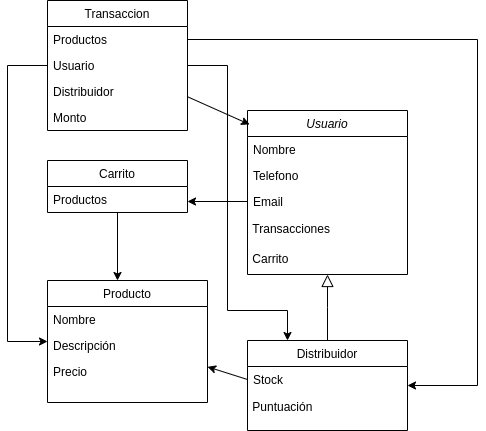
Above: Images/ModeloInicial.png in magaliboulanger/Barcelo-Boulanger-D (draw.io), before the change. Source tidied: cells renumbered, new cells last; positions are measured from the earlier drawing's top-left corner, leaving out a move shared by most shapes.
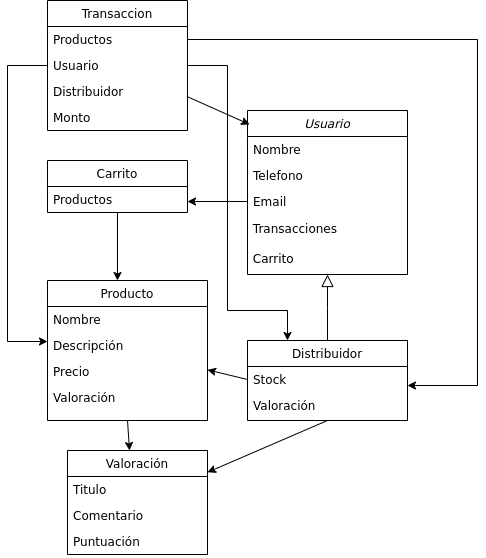
The same diagram one commit later.

Change to the diagram source:
```diff
@@ -20,20 +20,26 @@
     <mxCell id="7" value="&amp;nbsp;Carrito" style="text;html=1;strokeColor=none;fillColor=none;align=left;verticalAlign=middle;whiteSpace=wrap;rounded=0;" parent="2" vertex="1">
       <mxGeometry y="134" width="160" height="30" as="geometry" />
     </mxCell>
+    <mxCell id="30" style="rounded=0;jettySize=auto;html=1;exitX=0.5;exitY=1;exitDx=0;exitDy=0;" parent="1" edge="1" source="8" target="34">
+      <mxGeometry relative="1" as="geometry" />
+    </mxCell>
     <mxCell id="8" value="Distribuidor" style="swimlane;fontStyle=0;align=center;verticalAlign=top;horizontal=1;startSize=26;rounded=0;shadow=0;strokeWidth=1;" parent="1" vertex="1">
-      <mxGeometry x="240" y="340" width="160" height="90" as="geometry" />
+      <mxGeometry x="240" y="340" width="160" height="80" as="geometry" />
     </mxCell>
     <mxCell id="9" value="Stock" style="text;align=left;verticalAlign=top;spacingLeft=4;spacingRight=4;overflow=hidden;points=[[0,0.5],[1,0.5]];portConstraint=eastwest;rounded=0;shadow=0;html=0;" parent="8" vertex="1">
       <mxGeometry y="26" width="160" height="26" as="geometry" />
     </mxCell>
-    <mxCell id="10" value="&amp;nbsp;Puntuación" style="text;html=1;strokeColor=none;fillColor=none;align=left;verticalAlign=middle;whiteSpace=wrap;rounded=0;" parent="8" vertex="1">
-      <mxGeometry y="52" width="160" height="30" as="geometry" />
-    </mxCell>
+    <mxCell id="31" value="Valoración" style="text;strokeColor=none;fillColor=none;align=left;verticalAlign=top;spacingLeft=4;spacingRight=4;overflow=hidden;" parent="8" vertex="1">
+      <mxGeometry y="52" width="160" height="26" as="geometry" />
+    </mxCell>
     <mxCell id="11" style="endArrow=block;endSize=10;endFill=0;shadow=0;strokeWidth=1;rounded=0;edgeStyle=elbowEdgeStyle;elbow=vertical;" parent="1" edge="1" source="8" target="2">
       <mxGeometry relative="1" as="geometry" />
     </mxCell>
+    <mxCell id="32" style="rounded=0;jettySize=auto;html=1;exitX=0.5;exitY=1;exitDx=0;exitDy=0;entryX=0.443;entryY=0;entryDx=0;entryDy=0;entryPerimeter=0;" parent="1" edge="1" source="12" target="34">
+      <mxGeometry relative="1" as="geometry" />
+    </mxCell>
     <mxCell id="12" value="Producto" style="swimlane;fontStyle=0;align=center;verticalAlign=top;horizontal=1;startSize=26;rounded=0;shadow=0;strokeWidth=1;" parent="1" vertex="1">
-      <mxGeometry x="40" y="280" width="160" height="122" as="geometry" />
+      <mxGeometry x="40" y="280" width="160" height="140" as="geometry" />
     </mxCell>
     <mxCell id="13" value="Nombre" style="text;align=left;verticalAlign=top;spacingLeft=4;spacingRight=4;overflow=hidden;" parent="12" vertex="1">
       <mxGeometry y="26" width="160" height="26" as="geometry" />
@@ -44,6 +50,9 @@
     <mxCell id="15" value="Precio" style="text;align=left;verticalAlign=top;spacingLeft=4;spacingRight=4;overflow=hidden;" parent="12" vertex="1">
       <mxGeometry y="78" width="160" height="26" as="geometry" />
     </mxCell>
+    <mxCell id="33" value="Valoración" style="text;strokeColor=none;fillColor=none;align=left;verticalAlign=top;spacingLeft=4;spacingRight=4;overflow=hidden;" parent="12" vertex="1">
+      <mxGeometry y="104" width="160" height="26" as="geometry" />
+    </mxCell>
     <mxCell id="16" style="edgeStyle=none;rounded=0;jettySize=auto;html=1;entryX=0.013;entryY=0.085;entryDx=0;entryDy=0;entryPerimeter=0;" parent="1" edge="1" source="19" target="2">
       <mxGeometry relative="1" as="geometry" />
     </mxCell>
@@ -106,5 +115,17 @@
     <mxCell id="29" style="edgeStyle=none;rounded=0;jettySize=auto;html=1;exitX=0;exitY=0.5;exitDx=0;exitDy=0;" parent="1" edge="1" source="9" target="12">
       <mxGeometry relative="1" as="geometry" />
     </mxCell>
+    <mxCell id="34" value="Valoración" style="swimlane;fontStyle=0;horizontal=1;startSize=26;fillColor=none;" parent="1" vertex="1">
+      <mxGeometry x="60" y="450" width="140" height="104" as="geometry" />
+    </mxCell>
+    <mxCell id="35" value="Titulo" style="text;strokeColor=none;fillColor=none;align=left;verticalAlign=top;spacingLeft=4;spacingRight=4;overflow=hidden;" parent="34" vertex="1">
+      <mxGeometry y="26" width="140" height="26" as="geometry" />
+    </mxCell>
+    <mxCell id="36" value="Comentario" style="text;strokeColor=none;fillColor=none;align=left;verticalAlign=top;spacingLeft=4;spacingRight=4;overflow=hidden;" parent="34" vertex="1">
+      <mxGeometry y="52" width="140" height="26" as="geometry" />
+    </mxCell>
+    <mxCell id="10" value="Puntuación" style="text;strokeColor=none;fillColor=none;align=left;verticalAlign=top;spacingLeft=4;spacingRight=4;overflow=hidden;" parent="34" vertex="1">
+      <mxGeometry y="78" width="140" height="26" as="geometry" />
+    </mxCell>
   </root>
 </mxGraphModel>
```
